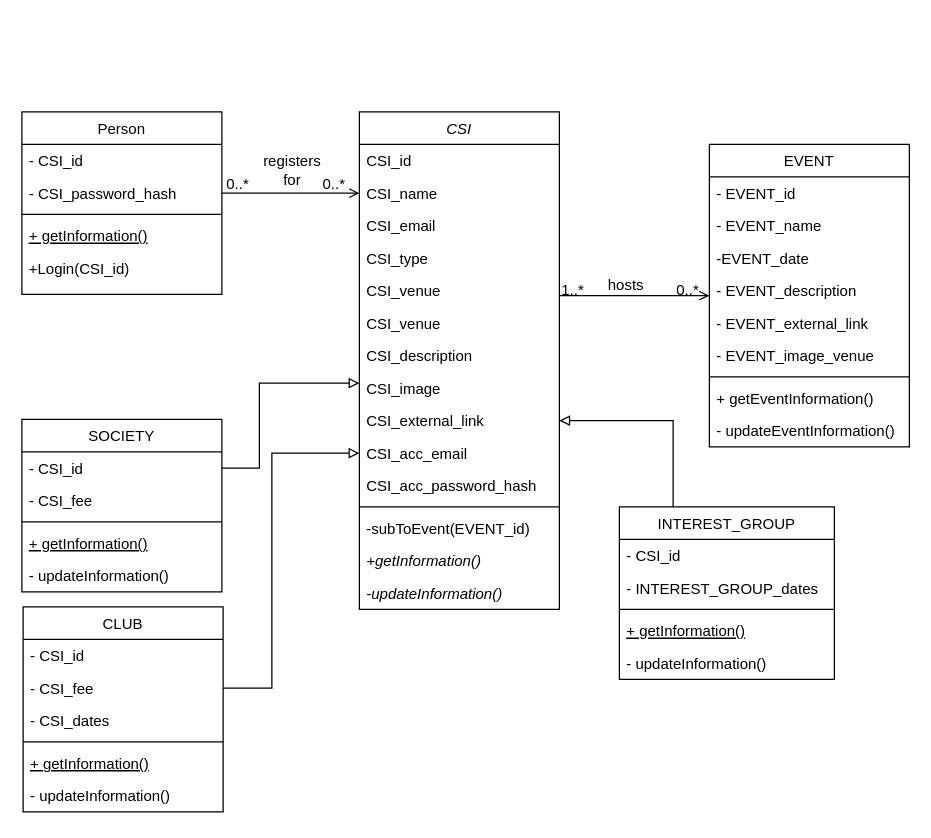
Before: Diagrams/Class Diagram.drawio in Makizoro/Overclock, a draw.io diagram. Source tidied: cells renumbered, new cells numbered last; positions are measured from the earlier drawing's top-left corner, leaving out a move shared by most shapes. Both pictures are drawn from the tidied source at 125%, with x=0, y=0 at pixel (21, 111).
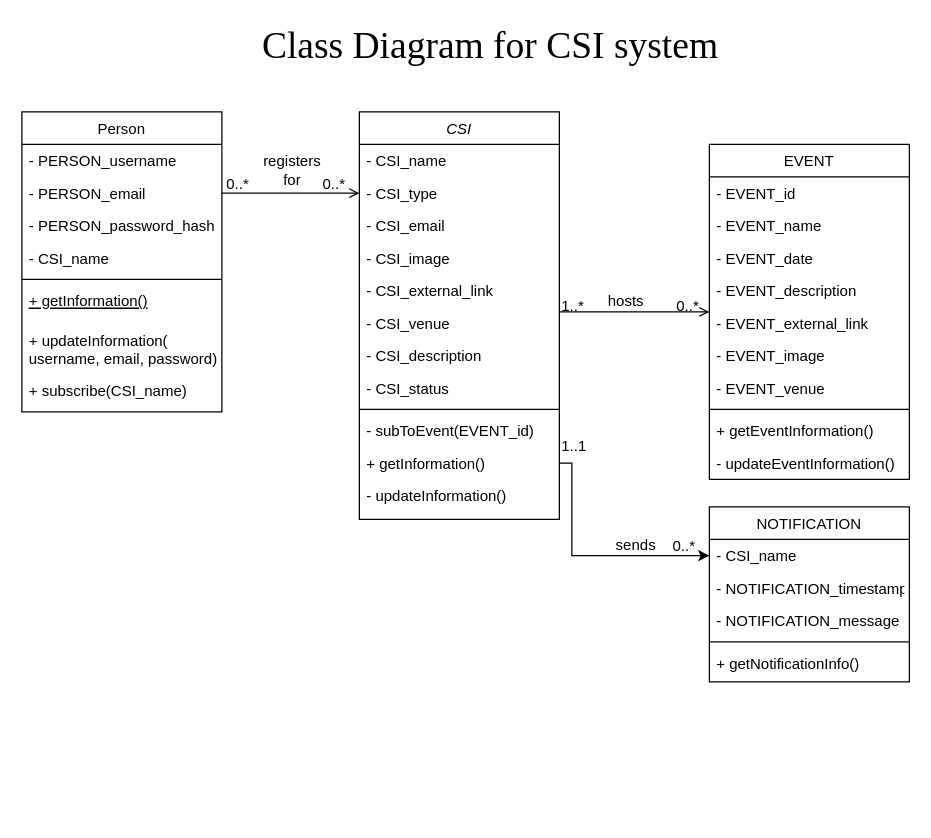
The same page after the edit.

Unchanged cells that the change refers to:
```xml
<mxCell id="34" style="endArrow=open;shadow=0;strokeWidth=1;strokeColor=#000000;rounded=0;endFill=1;edgeStyle=elbowEdgeStyle;elbow=vertical;" parent="1" edge="1" source="2" target="24">
  <mxGeometry x="0.5" y="41" relative="1" as="geometry">
    <mxPoint x="-40" y="32" as="offset" />
  </mxGeometry>
</mxCell>
```

What changed in the source:
```diff
@@
     <mxCell id="2" value="CSI" style="swimlane;fontStyle=2;align=center;verticalAlign=top;horizontal=1;startSize=26;rounded=0;shadow=0;strokeWidth=1;" parent="1" vertex="1">
-      <mxGeometry x="270" width="160" height="398" as="geometry" />
+      <mxGeometry x="270" width="160" height="326" as="geometry" />
     </mxCell>
-    <mxCell id="3" value="CSI_id" style="text;align=left;verticalAlign=top;spacingLeft=4;spacingRight=4;overflow=hidden;" parent="2" vertex="1">
-      <mxGeometry y="26" width="160" height="26" as="geometry" />
-    </mxCell>
-    <mxCell id="4" value="CSI_name" style="text;align=left;verticalAlign=top;spacingLeft=4;spacingRight=4;overflow=hidden;points=[[0,0.5],[1,0.5]];portConstraint=eastwest;rounded=0;shadow=0;html=0;" parent="2" vertex="1">
-      <mxGeometry y="52" width="160" height="26" as="geometry" />
+    <mxCell id="4" value="- CSI_name" style="text;align=left;verticalAlign=top;spacingLeft=4;spacingRight=4;overflow=hidden;points=[[0,0.5],[1,0.5]];portConstraint=eastwest;rounded=0;shadow=0;html=0;" parent="2" vertex="1">
+      <mxGeometry y="26" width="160" height="26" as="geometry" />
     </mxCell>
+    <mxCell id="6" value="- CSI_type" style="text;align=left;verticalAlign=top;spacingLeft=4;spacingRight=4;overflow=hidden;points=[[0,0.5],[1,0.5]];portConstraint=eastwest;rounded=0;shadow=0;html=0;" parent="2" vertex="1">
+      <mxGeometry y="52" width="160" height="26" as="geometry" />
+    </mxCell>
-    <mxCell id="5" value="CSI_email" style="text;align=left;verticalAlign=top;spacingLeft=4;spacingRight=4;overflow=hidden;rounded=0;shadow=0;html=0;" parent="2" vertex="1">
+    <mxCell id="5" value="- CSI_email" style="text;align=left;verticalAlign=top;spacingLeft=4;spacingRight=4;overflow=hidden;rounded=0;shadow=0;html=0;" parent="2" vertex="1">
       <mxGeometry y="78" width="160" height="26" as="geometry" />
     </mxCell>
-    <mxCell id="6" value="CSI_type" style="text;align=left;verticalAlign=top;spacingLeft=4;spacingRight=4;overflow=hidden;points=[[0,0.5],[1,0.5]];portConstraint=eastwest;rounded=0;shadow=0;html=0;" parent="2" vertex="1">
-      <mxGeometry y="104" width="160" height="26" as="geometry" />
-    </mxCell>
-    <mxCell id="7" value="CSI_venue" style="text;align=left;verticalAlign=top;spacingLeft=4;spacingRight=4;overflow=hidden;rounded=0;shadow=0;html=0;" parent="2" vertex="1">
-      <mxGeometry y="130" width="160" height="26" as="geometry" />
-    </mxCell>
+    <mxCell id="10" value="- CSI_image" style="text;align=left;verticalAlign=top;spacingLeft=4;spacingRight=4;overflow=hidden;rounded=0;shadow=0;html=0;" parent="2" vertex="1">
+      <mxGeometry y="104" width="160" height="26" as="geometry" />
+    </mxCell>
+    <mxCell id="64" value="- CSI_external_link" style="text;align=left;verticalAlign=top;spacingLeft=4;spacingRight=4;overflow=hidden;rounded=0;shadow=0;html=0;" parent="2" vertex="1">
+      <mxGeometry y="130" width="160" height="26" as="geometry" />
+    </mxCell>
-    <mxCell id="8" value="CSI_venue" style="text;align=left;verticalAlign=top;spacingLeft=4;spacingRight=4;overflow=hidden;rounded=0;shadow=0;html=0;" parent="2" vertex="1">
+    <mxCell id="8" value="- CSI_venue" style="text;align=left;verticalAlign=top;spacingLeft=4;spacingRight=4;overflow=hidden;rounded=0;shadow=0;html=0;" parent="2" vertex="1">
       <mxGeometry y="156" width="160" height="26" as="geometry" />
     </mxCell>
-    <mxCell id="9" value="CSI_description" style="text;align=left;verticalAlign=top;spacingLeft=4;spacingRight=4;overflow=hidden;rounded=0;shadow=0;html=0;" parent="2" vertex="1">
+    <mxCell id="9" value="- CSI_description" style="text;align=left;verticalAlign=top;spacingLeft=4;spacingRight=4;overflow=hidden;rounded=0;shadow=0;html=0;" parent="2" vertex="1">
       <mxGeometry y="182" width="160" height="26" as="geometry" />
     </mxCell>
-    <mxCell id="10" value="CSI_image" style="text;align=left;verticalAlign=top;spacingLeft=4;spacingRight=4;overflow=hidden;rounded=0;shadow=0;html=0;" parent="2" vertex="1">
-      <mxGeometry y="208" width="160" height="26" as="geometry" />
-    </mxCell>
-    <mxCell id="11" value="CSI_external_link" style="text;align=left;verticalAlign=top;spacingLeft=4;spacingRight=4;overflow=hidden;points=[[0,0.5],[1,0.5]];portConstraint=eastwest;rounded=0;shadow=0;html=0;" parent="2" vertex="1">
-      <mxGeometry y="234" width="160" height="26" as="geometry" />
+    <mxCell id="11" value="- CSI_status" style="text;align=left;verticalAlign=top;spacingLeft=4;spacingRight=4;overflow=hidden;points=[[0,0.5],[1,0.5]];portConstraint=eastwest;rounded=0;shadow=0;html=0;" parent="2" vertex="1">
+      <mxGeometry y="208" width="160" height="26" as="geometry" />
     </mxCell>
-    <mxCell id="12" value="CSI_acc_email" style="text;align=left;verticalAlign=top;spacingLeft=4;spacingRight=4;overflow=hidden;points=[[0,0.5],[1,0.5]];portConstraint=eastwest;rounded=0;shadow=0;html=0;" parent="2" vertex="1">
-      <mxGeometry y="260" width="160" height="26" as="geometry" />
-    </mxCell>
-    <mxCell id="13" value="CSI_acc_password_hash" style="text;align=left;verticalAlign=top;spacingLeft=4;spacingRight=4;overflow=hidden;rounded=0;shadow=0;html=0;" parent="2" vertex="1">
-      <mxGeometry y="286" width="160" height="26" as="geometry" />
-    </mxCell>
     <mxCell id="14" style="line;html=1;strokeWidth=1;align=left;verticalAlign=middle;spacingTop=-1;spacingLeft=3;spacingRight=3;labelPosition=right;" parent="2" vertex="1">
-      <mxGeometry y="312" width="160" height="8" as="geometry" />
+      <mxGeometry y="234" width="160" height="8" as="geometry" />
     </mxCell>
-    <mxCell id="15" value="-subToEvent(EVENT_id)&#10;" style="text;align=left;verticalAlign=top;spacingLeft=4;spacingRight=4;overflow=hidden;" parent="2" vertex="1">
-      <mxGeometry y="320" width="160" height="26" as="geometry" />
+    <mxCell id="15" value="- subToEvent(EVENT_id)&#10;" style="text;align=left;verticalAlign=top;spacingLeft=4;spacingRight=4;overflow=hidden;" parent="2" vertex="1">
+      <mxGeometry y="242" width="160" height="26" as="geometry" />
     </mxCell>
-    <mxCell id="16" value="+getInformation()&#10;" style="text;align=left;verticalAlign=top;spacingLeft=4;spacingRight=4;overflow=hidden;points=[[0,0.5],[1,0.5]];portConstraint=eastwest;fontStyle=2;" parent="2" vertex="1">
-      <mxGeometry y="346" width="160" height="26" as="geometry" />
+    <mxCell id="16" value="+ getInformation()&#10;" style="text;align=left;verticalAlign=top;spacingLeft=4;spacingRight=4;overflow=hidden;points=[[0,0.5],[1,0.5]];portConstraint=eastwest;fontStyle=0;" parent="2" vertex="1">
+      <mxGeometry y="268" width="160" height="26" as="geometry" />
     </mxCell>
-    <mxCell id="17" value="-updateInformation()" style="text;align=left;verticalAlign=top;spacingLeft=4;spacingRight=4;overflow=hidden;fontStyle=2;" parent="2" vertex="1">
-      <mxGeometry y="372" width="160" height="26" as="geometry" />
+    <mxCell id="17" value="- updateInformation()" style="text;align=left;verticalAlign=top;spacingLeft=4;spacingRight=4;overflow=hidden;fontStyle=0;" parent="2" vertex="1">
+      <mxGeometry y="294" width="160" height="26" as="geometry" />
     </mxCell>
-    <mxCell id="18" value="SOCIETY" style="swimlane;fontStyle=0;align=center;verticalAlign=top;horizontal=1;startSize=26;rounded=0;shadow=0;strokeWidth=1;" parent="1" vertex="1">
-      <mxGeometry y="246" width="160" height="138" as="geometry" />
-    </mxCell>
-    <mxCell id="19" value="- CSI_id" style="text;align=left;verticalAlign=top;spacingLeft=4;spacingRight=4;overflow=hidden;points=[[0,0.5],[1,0.5]];portConstraint=eastwest;" parent="18" vertex="1">
-      <mxGeometry y="26" width="160" height="26" as="geometry" />
-    </mxCell>
-    <mxCell id="20" value="- CSI_fee" style="text;align=left;verticalAlign=top;spacingLeft=4;spacingRight=4;overflow=hidden;" parent="18" vertex="1">
-      <mxGeometry y="52" width="160" height="26" as="geometry" />
-    </mxCell>
-    <mxCell id="21" style="line;html=1;strokeWidth=1;align=left;verticalAlign=middle;spacingTop=-1;spacingLeft=3;spacingRight=3;labelPosition=right;" parent="18" vertex="1">
-      <mxGeometry y="78" width="160" height="8" as="geometry" />
-    </mxCell>
-    <mxCell id="22" value="+ getInformation()" style="text;align=left;verticalAlign=top;spacingLeft=4;spacingRight=4;overflow=hidden;fontStyle=4;" parent="18" vertex="1">
-      <mxGeometry y="86" width="160" height="26" as="geometry" />
-    </mxCell>
-    <mxCell id="23" value="- updateInformation()" style="text;align=left;verticalAlign=top;spacingLeft=4;spacingRight=4;overflow=hidden;" parent="18" vertex="1">
-      <mxGeometry y="112" width="160" height="26" as="geometry" />
-    </mxCell>
     <mxCell id="24" value="EVENT" style="swimlane;fontStyle=0;align=center;verticalAlign=top;horizontal=1;startSize=26;rounded=0;shadow=0;strokeWidth=1;" parent="1" vertex="1">
-      <mxGeometry x="550" y="26" width="160" height="242" as="geometry" />
+      <mxGeometry x="550" y="26" width="160" height="268" as="geometry" />
     </mxCell>
@@
-    <mxCell id="27" value="-EVENT_date" style="text;align=left;verticalAlign=top;spacingLeft=4;spacingRight=4;overflow=hidden;rounded=0;shadow=0;html=0;" parent="24" vertex="1">
+    <mxCell id="27" value="- EVENT_date" style="text;align=left;verticalAlign=top;spacingLeft=4;spacingRight=4;overflow=hidden;rounded=0;shadow=0;html=0;" parent="24" vertex="1">
       <mxGeometry y="78" width="160" height="26" as="geometry" />
     </mxCell>
@@
-    <mxCell id="30" value="- EVENT_image_venue" style="text;align=left;verticalAlign=top;spacingLeft=4;spacingRight=4;overflow=hidden;rounded=0;shadow=0;html=0;" parent="24" vertex="1">
+    <mxCell id="30" value="- EVENT_image" style="text;align=left;verticalAlign=top;spacingLeft=4;spacingRight=4;overflow=hidden;rounded=0;shadow=0;html=0;" parent="24" vertex="1">
       <mxGeometry y="156" width="160" height="26" as="geometry" />
     </mxCell>
+    <mxCell id="65" value="- EVENT_venue" style="text;align=left;verticalAlign=top;spacingLeft=4;spacingRight=4;overflow=hidden;rounded=0;shadow=0;html=0;" parent="24" vertex="1">
+      <mxGeometry y="182" width="160" height="26" as="geometry" />
+    </mxCell>
     <mxCell id="31" style="line;html=1;strokeWidth=1;align=left;verticalAlign=middle;spacingTop=-1;spacingLeft=3;spacingRight=3;labelPosition=right;" parent="24" vertex="1">
-      <mxGeometry y="182" width="160" height="8" as="geometry" />
+      <mxGeometry y="208" width="160" height="8" as="geometry" />
     </mxCell>
     <mxCell id="32" value="+ getEventInformation()" style="text;align=left;verticalAlign=top;spacingLeft=4;spacingRight=4;overflow=hidden;" parent="24" vertex="1">
-      <mxGeometry y="190" width="160" height="26" as="geometry" />
+      <mxGeometry y="216" width="160" height="26" as="geometry" />
     </mxCell>
     <mxCell id="33" value="- updateEventInformation()" style="text;align=left;verticalAlign=top;spacingLeft=4;spacingRight=4;overflow=hidden;" parent="24" vertex="1">
-      <mxGeometry y="216" width="160" height="26" as="geometry" />
+      <mxGeometry y="242" width="160" height="26" as="geometry" />
     </mxCell>
@@
-    <mxCell id="38" value="CLUB" style="swimlane;fontStyle=0;align=center;verticalAlign=top;horizontal=1;startSize=26;rounded=0;shadow=0;strokeWidth=1;" parent="1" vertex="1">
-      <mxGeometry x="1" y="396" width="160" height="164" as="geometry" />
-    </mxCell>
-    <mxCell id="39" value="- CSI_id" style="text;align=left;verticalAlign=top;spacingLeft=4;spacingRight=4;overflow=hidden;" parent="38" vertex="1">
-      <mxGeometry y="26" width="160" height="26" as="geometry" />
-    </mxCell>
-    <mxCell id="40" value="- CSI_fee" style="text;align=left;verticalAlign=top;spacingLeft=4;spacingRight=4;overflow=hidden;points=[[0,0.5],[1,0.5]];portConstraint=eastwest;" parent="38" vertex="1">
-      <mxGeometry y="52" width="160" height="26" as="geometry" />
-    </mxCell>
-    <mxCell id="41" value="- CSI_dates" style="text;align=left;verticalAlign=top;spacingLeft=4;spacingRight=4;overflow=hidden;" parent="38" vertex="1">
-      <mxGeometry y="78" width="160" height="26" as="geometry" />
-    </mxCell>
-    <mxCell id="42" style="line;html=1;strokeWidth=1;align=left;verticalAlign=middle;spacingTop=-1;spacingLeft=3;spacingRight=3;labelPosition=right;" parent="38" vertex="1">
-      <mxGeometry y="104" width="160" height="8" as="geometry" />
-    </mxCell>
-    <mxCell id="43" value="+ getInformation()" style="text;align=left;verticalAlign=top;spacingLeft=4;spacingRight=4;overflow=hidden;fontStyle=4;" parent="38" vertex="1">
-      <mxGeometry y="112" width="160" height="26" as="geometry" />
-    </mxCell>
-    <mxCell id="44" value="- updateInformation()" style="text;align=left;verticalAlign=top;spacingLeft=4;spacingRight=4;overflow=hidden;" parent="38" vertex="1">
-      <mxGeometry y="138" width="160" height="26" as="geometry" />
-    </mxCell>
-    <mxCell id="45" value="INTEREST_GROUP" style="swimlane;fontStyle=0;align=center;verticalAlign=top;horizontal=1;startSize=26;rounded=0;shadow=0;strokeWidth=1;" parent="1" vertex="1">
-      <mxGeometry x="478" y="316" width="172" height="138" as="geometry" />
-    </mxCell>
-    <mxCell id="46" value="- CSI_id" style="text;align=left;verticalAlign=top;spacingLeft=4;spacingRight=4;overflow=hidden;" parent="45" vertex="1">
-      <mxGeometry y="26" width="172" height="26" as="geometry" />
-    </mxCell>
-    <mxCell id="47" value="- INTEREST_GROUP_dates" style="text;align=left;verticalAlign=top;spacingLeft=4;spacingRight=4;overflow=hidden;" parent="45" vertex="1">
-      <mxGeometry y="52" width="172" height="26" as="geometry" />
-    </mxCell>
-    <mxCell id="48" style="line;html=1;strokeWidth=1;align=left;verticalAlign=middle;spacingTop=-1;spacingLeft=3;spacingRight=3;labelPosition=right;" parent="45" vertex="1">
-      <mxGeometry y="78" width="172" height="8" as="geometry" />
-    </mxCell>
-    <mxCell id="49" value="+ getInformation()" style="text;align=left;verticalAlign=top;spacingLeft=4;spacingRight=4;overflow=hidden;fontStyle=4;" parent="45" vertex="1">
-      <mxGeometry y="86" width="172" height="26" as="geometry" />
-    </mxCell>
-    <mxCell id="50" value="- updateInformation()" style="text;align=left;verticalAlign=top;spacingLeft=4;spacingRight=4;overflow=hidden;" parent="45" vertex="1">
-      <mxGeometry y="112" width="172" height="26" as="geometry" />
-    </mxCell>
+    <mxCell id="66" value="1..1" style="align=left;verticalAlign=bottom;labelBackgroundColor=none;fontSize=12;" parent="34" vertex="1">
+      <mxGeometry x="-1" relative="1" as="geometry">
+        <mxPoint y="116" as="offset" />
+      </mxGeometry>
+    </mxCell>
+    <mxCell id="67" value="0..*" style="align=right;verticalAlign=bottom;labelBackgroundColor=none;fontSize=12;" parent="34" vertex="1">
+      <mxGeometry x="1" relative="1" as="geometry">
+        <mxPoint x="-10" y="196" as="offset" />
+      </mxGeometry>
+    </mxCell>
+    <mxCell id="68" value="sends" style="text;html=1;align=center;verticalAlign=middle;labelBackgroundColor=none;rounded=0;shadow=0;strokeWidth=1;fontSize=12;" parent="34" vertex="1">
+      <mxGeometry x="0.5" y="49" relative="1" as="geometry">
+        <mxPoint x="-30" y="235" as="offset" />
+      </mxGeometry>
+    </mxCell>
     <mxCell id="51" value="Person" style="swimlane;fontStyle=0;align=center;verticalAlign=top;horizontal=1;startSize=26;rounded=0;shadow=0;strokeWidth=1;" parent="1" vertex="1">
-      <mxGeometry width="160" height="146" as="geometry" />
+      <mxGeometry width="160" height="240" as="geometry" />
     </mxCell>
-    <mxCell id="52" value="- CSI_id" style="text;align=left;verticalAlign=top;spacingLeft=4;spacingRight=4;overflow=hidden;" parent="51" vertex="1">
+    <mxCell id="52" value="- PERSON_username" style="text;align=left;verticalAlign=top;spacingLeft=4;spacingRight=4;overflow=hidden;" parent="51" vertex="1">
       <mxGeometry y="26" width="160" height="26" as="geometry" />
     </mxCell>
-    <mxCell id="53" value="- CSI_password_hash" style="text;align=left;verticalAlign=top;spacingLeft=4;spacingRight=4;overflow=hidden;" parent="51" vertex="1">
+    <mxCell id="53" value="- PERSON_email" style="text;align=left;verticalAlign=top;spacingLeft=4;spacingRight=4;overflow=hidden;" parent="51" vertex="1">
       <mxGeometry y="52" width="160" height="26" as="geometry" />
     </mxCell>
+    <mxCell id="69" value="- PERSON_password_hash" style="text;align=left;verticalAlign=top;spacingLeft=4;spacingRight=4;overflow=hidden;" parent="51" vertex="1">
+      <mxGeometry y="78" width="160" height="26" as="geometry" />
+    </mxCell>
+    <mxCell id="70" value="- CSI_name" style="text;align=left;verticalAlign=top;spacingLeft=4;spacingRight=4;overflow=hidden;" parent="51" vertex="1">
+      <mxGeometry y="104" width="160" height="26" as="geometry" />
+    </mxCell>
     <mxCell id="54" style="line;html=1;strokeWidth=1;align=left;verticalAlign=middle;spacingTop=-1;spacingLeft=3;spacingRight=3;labelPosition=right;" parent="51" vertex="1">
-      <mxGeometry y="78" width="160" height="8" as="geometry" />
+      <mxGeometry y="130" width="160" height="8" as="geometry" />
     </mxCell>
     <mxCell id="55" value="+ getInformation()" style="text;align=left;verticalAlign=top;spacingLeft=4;spacingRight=4;overflow=hidden;fontStyle=4;" parent="51" vertex="1">
-      <mxGeometry y="86" width="160" height="26" as="geometry" />
+      <mxGeometry y="138" width="160" height="32" as="geometry" />
     </mxCell>
-    <mxCell id="56" value="+Login(CSI_id)" style="text;align=left;verticalAlign=top;spacingLeft=4;spacingRight=4;overflow=hidden;" parent="51" vertex="1">
-      <mxGeometry y="112" width="160" height="26" as="geometry" />
-    </mxCell>
+    <mxCell id="71" value="+ updateInformation(&#10;username, email, password)" style="text;align=left;verticalAlign=top;spacingLeft=4;spacingRight=4;overflow=hidden;fontStyle=0;" parent="51" vertex="1">
+      <mxGeometry y="170" width="160" height="40" as="geometry" />
+    </mxCell>
+    <mxCell id="72" value="+ subscribe(CSI_name)" style="text;align=left;verticalAlign=top;spacingLeft=4;spacingRight=4;overflow=hidden;fontStyle=0;" parent="51" vertex="1">
+      <mxGeometry y="210" width="160" height="30" as="geometry" />
+    </mxCell>
-    <mxCell id="57" style="endArrow=open;shadow=0;strokeWidth=1;strokeColor=#000000;rounded=0;endFill=1;edgeStyle=elbowEdgeStyle;elbow=vertical;entryX=0;entryY=0.5;entryDx=0;entryDy=0;exitX=1;exitY=0.5;exitDx=0;exitDy=0;" parent="1" edge="1" target="4">
+    <mxCell id="57" style="endArrow=open;shadow=0;strokeWidth=1;strokeColor=#000000;rounded=0;endFill=1;edgeStyle=elbowEdgeStyle;elbow=vertical;exitX=1;exitY=0.5;exitDx=0;exitDy=0;entryX=0;entryY=0.5;entryDx=0;entryDy=0;" parent="1" edge="1" target="6">
       <mxGeometry x="0.5" y="41" relative="1" as="geometry">
         <mxPoint x="160" y="65" as="sourcePoint" />
         <mxPoint x="-40" y="32" as="offset" />
       </mxGeometry>
     </mxCell>
@@
-    <mxCell id="61" style="endArrow=block;html=1;exitX=1;exitY=0.5;exitDx=0;exitDy=0;rounded=0;endFill=0;" parent="1" edge="1" source="19">
-      <mxGeometry relative="1" as="geometry">
-        <mxPoint x="270" y="217" as="targetPoint" />
-        <Array as="points">
-          <mxPoint x="190" y="285" />
-          <mxPoint x="190" y="217" />
-        </Array>
-      </mxGeometry>
-    </mxCell>
-    <mxCell id="62" style="endArrow=block;html=1;exitX=1;exitY=0.5;exitDx=0;exitDy=0;entryX=0;entryY=0.5;entryDx=0;entryDy=0;rounded=0;endFill=0;" parent="1" edge="1" source="40" target="12">
-      <mxGeometry relative="1" as="geometry">
-        <Array as="points">
-          <mxPoint x="200" y="461" />
-          <mxPoint x="200" y="273" />
-        </Array>
-      </mxGeometry>
-    </mxCell>
-    <mxCell id="63" style="endArrow=block;html=1;exitX=0.25;exitY=0;exitDx=0;exitDy=0;entryX=1;entryY=0.5;entryDx=0;entryDy=0;rounded=0;endFill=0;" parent="1" edge="1" source="45" target="11">
-      <mxGeometry relative="1" as="geometry">
-        <Array as="points">
-          <mxPoint x="521" y="247" />
-        </Array>
-      </mxGeometry>
-    </mxCell>
+    <mxCell id="73" value="NOTIFICATION" style="swimlane;fontStyle=0;align=center;verticalAlign=top;horizontal=1;startSize=26;rounded=0;shadow=0;strokeWidth=1;" parent="1" vertex="1">
+      <mxGeometry x="550" y="316" width="160" height="140" as="geometry" />
+    </mxCell>
+    <mxCell id="74" value="- CSI_name" style="text;align=left;verticalAlign=top;spacingLeft=4;spacingRight=4;overflow=hidden;points=[[0,0.5],[1,0.5]];portConstraint=eastwest;" parent="73" vertex="1">
+      <mxGeometry y="26" width="160" height="26" as="geometry" />
+    </mxCell>
+    <mxCell id="75" value="- NOTIFICATION_timestamp" style="text;align=left;verticalAlign=top;spacingLeft=4;spacingRight=4;overflow=hidden;rounded=0;shadow=0;html=0;" parent="73" vertex="1">
+      <mxGeometry y="52" width="160" height="26" as="geometry" />
+    </mxCell>
+    <mxCell id="76" value="- NOTIFICATION_message" style="text;align=left;verticalAlign=top;spacingLeft=4;spacingRight=4;overflow=hidden;rounded=0;shadow=0;html=0;" parent="73" vertex="1">
+      <mxGeometry y="78" width="160" height="26" as="geometry" />
+    </mxCell>
+    <mxCell id="42" style="line;html=1;strokeWidth=1;align=left;verticalAlign=middle;spacingTop=-1;spacingLeft=3;spacingRight=3;labelPosition=right;" parent="73" vertex="1">
+      <mxGeometry y="104" width="160" height="8" as="geometry" />
+    </mxCell>
+    <mxCell id="77" value="+ getNotificationInfo()" style="text;align=left;verticalAlign=top;spacingLeft=4;spacingRight=4;overflow=hidden;" parent="73" vertex="1">
+      <mxGeometry y="112" width="160" height="26" as="geometry" />
+    </mxCell>
+    <mxCell id="78" style="edgeStyle=orthogonalEdgeStyle;rounded=0;jettySize=auto;html=1;exitX=1;exitY=0.5;exitDx=0;exitDy=0;entryX=0;entryY=0.5;entryDx=0;entryDy=0;" parent="1" edge="1" source="16" target="74">
+      <mxGeometry relative="1" as="geometry">
+        <Array as="points">
+          <mxPoint x="440" y="281" />
+          <mxPoint x="440" y="355" />
+        </Array>
+      </mxGeometry>
+    </mxCell>
+    <mxCell id="79" value="Class Diagram for CSI system" style="text;html=1;strokeColor=none;fillColor=none;align=center;verticalAlign=middle;whiteSpace=wrap;rounded=0;fontFamily=Times New Roman;fontSize=30;" parent="1" vertex="1">
+      <mxGeometry x="180" y="-64" width="390" height="20" as="geometry" />
+    </mxCell>
```
